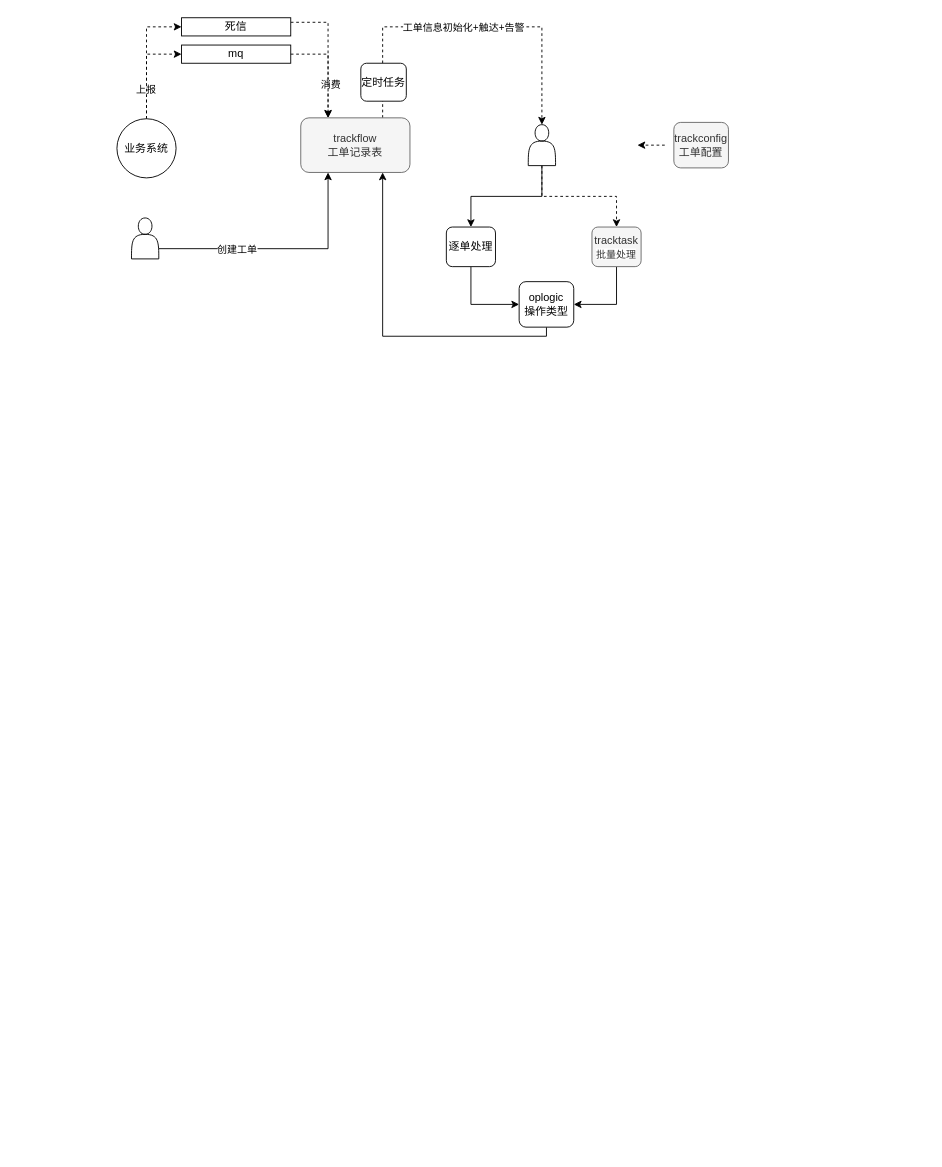
Above: 工单系统.drawio in axtrur/resource (draw.io), before the change. Source tidied: cells renumbered, new cells numbered last; positions are measured from the earlier drawing's top-left corner, leaving out a move shared by most shapes. Both pictures are drawn from the tidied source at 91%, with x=0, y=0 at pixel (116, 17).
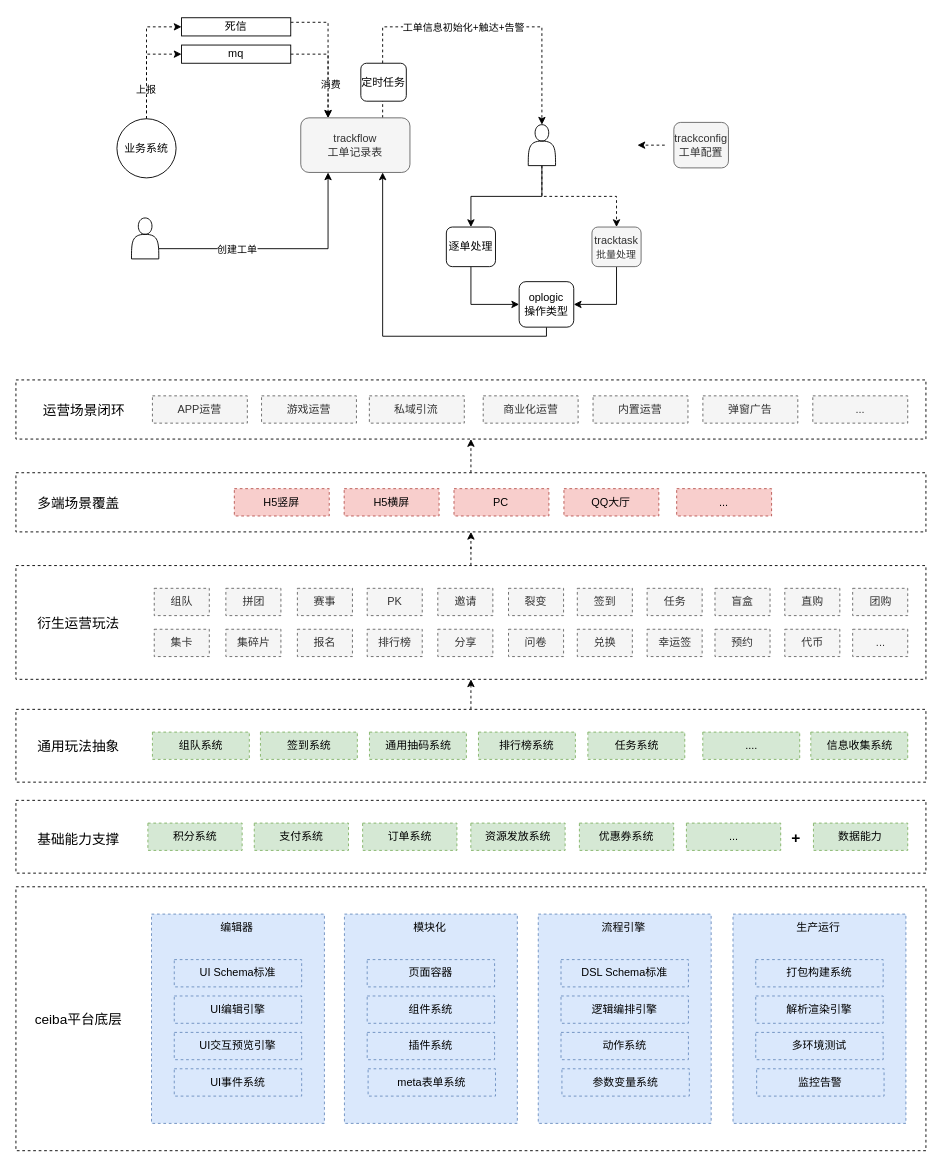
After the change.

Commit message:
更新工单系统.drawio

Diff of the diagram source:
```diff
@@
+    <mxCell id="29" style="edgeStyle=orthogonalEdgeStyle;rounded=0;jettySize=auto;html=1;exitX=0.5;exitY=0;exitDx=0;exitDy=0;entryX=0.5;entryY=1;entryDx=0;entryDy=0;strokeColor=default;fontSize=17;dashed=1;" parent="1" edge="1" source="30" target="64">
+      <mxGeometry relative="1" as="geometry" />
+    </mxCell>
+    <mxCell id="30" style="rounded=0;whiteSpace=wrap;html=1;dashed=1;" parent="1" vertex="1">
+      <mxGeometry x="-111" y="500" width="1000" height="65" as="geometry" />
+    </mxCell>
+    <mxCell id="31" style="edgeStyle=orthogonalEdgeStyle;rounded=0;jettySize=auto;html=1;exitX=0.5;exitY=0;exitDx=0;exitDy=0;strokeColor=default;fontSize=17;dashed=1;" parent="1" edge="1" source="32" target="30">
+      <mxGeometry relative="1" as="geometry" />
+    </mxCell>
+    <mxCell id="32" style="rounded=0;whiteSpace=wrap;html=1;dashed=1;" parent="1" vertex="1">
+      <mxGeometry x="-111" y="602" width="1000" height="125" as="geometry" />
+    </mxCell>
+    <mxCell id="33" style="edgeStyle=orthogonalEdgeStyle;rounded=0;jettySize=auto;html=1;exitX=0.5;exitY=0;exitDx=0;exitDy=0;entryX=0.5;entryY=1;entryDx=0;entryDy=0;strokeColor=default;fontSize=17;dashed=1;" parent="1" edge="1" source="34" target="32">
+      <mxGeometry relative="1" as="geometry" />
+    </mxCell>
+    <mxCell id="34" style="rounded=0;whiteSpace=wrap;html=1;dashed=1;" parent="1" vertex="1">
+      <mxGeometry x="-111" y="760" width="1000" height="80" as="geometry" />
+    </mxCell>
+    <mxCell id="35" style="rounded=0;whiteSpace=wrap;html=1;dashed=1;" parent="1" vertex="1">
+      <mxGeometry x="-111" y="860" width="1000" height="80" as="geometry" />
+    </mxCell>
+    <mxCell id="36" style="rounded=0;whiteSpace=wrap;html=1;dashed=1;" parent="1" vertex="1">
+      <mxGeometry x="-111" y="955" width="1000" height="290" as="geometry" />
+    </mxCell>
@@
+    <mxCell id="37" style="rounded=0;whiteSpace=wrap;html=1;fillColor=#dae8fc;strokeColor=#6c8ebf;dashed=1;" parent="1" vertex="1">
+      <mxGeometry x="38" y="985" width="190" height="230" as="geometry" />
+    </mxCell>
+    <mxCell id="38" value="UI Schema标准" style="rounded=0;whiteSpace=wrap;html=1;fillColor=#dae8fc;strokeColor=#6c8ebf;dashed=1;" parent="1" vertex="1">
+      <mxGeometry x="63" y="1035" width="140" height="30" as="geometry" />
+    </mxCell>
+    <mxCell id="39" value="UI编辑引擎" style="rounded=0;whiteSpace=wrap;html=1;fillColor=#dae8fc;strokeColor=#6c8ebf;dashed=1;" parent="1" vertex="1">
+      <mxGeometry x="63" y="1075" width="140" height="30" as="geometry" />
+    </mxCell>
+    <mxCell id="40" value="UI交互预览引擎" style="rounded=0;whiteSpace=wrap;html=1;fillColor=#dae8fc;strokeColor=#6c8ebf;dashed=1;" parent="1" vertex="1">
+      <mxGeometry x="63" y="1115" width="140" height="30" as="geometry" />
+    </mxCell>
+    <mxCell id="41" value="UI事件系统" style="rounded=0;whiteSpace=wrap;html=1;fillColor=#dae8fc;strokeColor=#6c8ebf;dashed=1;" parent="1" vertex="1">
+      <mxGeometry x="63" y="1155" width="140" height="30" as="geometry" />
+    </mxCell>
+    <mxCell id="42" value="编辑器" style="text;html=1;align=center;verticalAlign=middle;whiteSpace=wrap;rounded=0;dashed=1;" parent="1" vertex="1">
+      <mxGeometry x="102" y="985" width="60" height="30" as="geometry" />
+    </mxCell>
+    <mxCell id="43" style="rounded=0;whiteSpace=wrap;html=1;fillColor=#dae8fc;strokeColor=#6c8ebf;dashed=1;" parent="1" vertex="1">
+      <mxGeometry x="250" y="985" width="190" height="230" as="geometry" />
+    </mxCell>
+    <mxCell id="44" value="页面容器" style="rounded=0;whiteSpace=wrap;html=1;fillColor=#dae8fc;strokeColor=#6c8ebf;dashed=1;" parent="1" vertex="1">
+      <mxGeometry x="275" y="1035" width="140" height="30" as="geometry" />
+    </mxCell>
+    <mxCell id="45" value="组件系统" style="rounded=0;whiteSpace=wrap;html=1;fillColor=#dae8fc;strokeColor=#6c8ebf;dashed=1;" parent="1" vertex="1">
+      <mxGeometry x="275" y="1075" width="140" height="30" as="geometry" />
+    </mxCell>
+    <mxCell id="46" value="插件系统" style="rounded=0;whiteSpace=wrap;html=1;fillColor=#dae8fc;strokeColor=#6c8ebf;dashed=1;" parent="1" vertex="1">
+      <mxGeometry x="275" y="1115" width="140" height="30" as="geometry" />
+    </mxCell>
+    <mxCell id="47" value="meta表单系统" style="rounded=0;whiteSpace=wrap;html=1;fillColor=#dae8fc;strokeColor=#6c8ebf;dashed=1;" parent="1" vertex="1">
+      <mxGeometry x="276" y="1155" width="140" height="30" as="geometry" />
+    </mxCell>
+    <mxCell id="48" value="模块化" style="text;html=1;align=center;verticalAlign=middle;whiteSpace=wrap;rounded=0;dashed=1;" parent="1" vertex="1">
+      <mxGeometry x="314" y="985" width="60" height="30" as="geometry" />
+    </mxCell>
+    <mxCell id="49" style="rounded=0;whiteSpace=wrap;html=1;fillColor=#dae8fc;strokeColor=#6c8ebf;dashed=1;" parent="1" vertex="1">
+      <mxGeometry x="463" y="985" width="190" height="230" as="geometry" />
+    </mxCell>
+    <mxCell id="50" value="DSL Schema标准" style="rounded=0;whiteSpace=wrap;html=1;fillColor=#dae8fc;strokeColor=#6c8ebf;dashed=1;" parent="1" vertex="1">
+      <mxGeometry x="488" y="1035" width="140" height="30" as="geometry" />
+    </mxCell>
+    <mxCell id="51" value="逻辑编排引擎" style="rounded=0;whiteSpace=wrap;html=1;fillColor=#dae8fc;strokeColor=#6c8ebf;dashed=1;" parent="1" vertex="1">
+      <mxGeometry x="488" y="1075" width="140" height="30" as="geometry" />
+    </mxCell>
+    <mxCell id="52" value="动作系统" style="rounded=0;whiteSpace=wrap;html=1;fillColor=#dae8fc;strokeColor=#6c8ebf;dashed=1;" parent="1" vertex="1">
+      <mxGeometry x="488" y="1115" width="140" height="30" as="geometry" />
+    </mxCell>
+    <mxCell id="53" value="参数变量系统" style="rounded=0;whiteSpace=wrap;html=1;fillColor=#dae8fc;strokeColor=#6c8ebf;dashed=1;" parent="1" vertex="1">
+      <mxGeometry x="489" y="1155" width="140" height="30" as="geometry" />
+    </mxCell>
+    <mxCell id="54" value="流程引擎" style="text;html=1;align=center;verticalAlign=middle;whiteSpace=wrap;rounded=0;dashed=1;" parent="1" vertex="1">
+      <mxGeometry x="527" y="985" width="60" height="30" as="geometry" />
+    </mxCell>
+    <mxCell id="55" style="rounded=0;whiteSpace=wrap;html=1;fillColor=#dae8fc;strokeColor=#6c8ebf;dashed=1;" parent="1" vertex="1">
+      <mxGeometry x="677" y="985" width="190" height="230" as="geometry" />
+    </mxCell>
+    <mxCell id="56" value="打包构建系统" style="rounded=0;whiteSpace=wrap;html=1;fillColor=#dae8fc;strokeColor=#6c8ebf;dashed=1;" parent="1" vertex="1">
+      <mxGeometry x="702" y="1035" width="140" height="30" as="geometry" />
+    </mxCell>
+    <mxCell id="57" value="解析渲染引擎" style="rounded=0;whiteSpace=wrap;html=1;fillColor=#dae8fc;strokeColor=#6c8ebf;dashed=1;" parent="1" vertex="1">
+      <mxGeometry x="702" y="1075" width="140" height="30" as="geometry" />
+    </mxCell>
+    <mxCell id="58" value="多环境测试" style="rounded=0;whiteSpace=wrap;html=1;fillColor=#dae8fc;strokeColor=#6c8ebf;dashed=1;" parent="1" vertex="1">
+      <mxGeometry x="702" y="1115" width="140" height="30" as="geometry" />
+    </mxCell>
+    <mxCell id="59" value="监控告警" style="rounded=0;whiteSpace=wrap;html=1;fillColor=#dae8fc;strokeColor=#6c8ebf;dashed=1;" parent="1" vertex="1">
+      <mxGeometry x="703" y="1155" width="140" height="30" as="geometry" />
+    </mxCell>
+    <mxCell id="60" value="生产运行" style="text;html=1;align=center;verticalAlign=middle;whiteSpace=wrap;rounded=0;dashed=1;" parent="1" vertex="1">
+      <mxGeometry x="741" y="985" width="60" height="30" as="geometry" />
+    </mxCell>
+    <mxCell id="61" value="&lt;font style=&quot;font-size: 17px;&quot;&gt;&lt;b&gt;+&lt;/b&gt;&lt;/font&gt;" style="text;html=1;align=center;verticalAlign=middle;whiteSpace=wrap;rounded=0;dashed=1;" parent="1" vertex="1">
+      <mxGeometry x="731" y="887" width="31" height="30" as="geometry" />
+    </mxCell>
+    <mxCell id="62" style="group;dashed=1;" parent="1" vertex="1">
+      <mxGeometry x="39" y="415.5" width="850" height="47.5" as="geometry" />
+    </mxCell>
+    <mxCell id="63" style="group;dashed=1;" parent="62" vertex="1">
+      <mxGeometry width="850" height="47.5" as="geometry" />
+    </mxCell>
+    <mxCell id="64" style="rounded=0;whiteSpace=wrap;html=1;dashed=1;" parent="63" vertex="1">
+      <mxGeometry x="-150" y="-17.5" width="1000" height="65" as="geometry" />
+    </mxCell>
+    <mxCell id="65" value="APP运营" style="rounded=0;whiteSpace=wrap;html=1;fillColor=#f5f5f5;fontColor=#333333;strokeColor=#666666;dashed=1;" parent="63" vertex="1">
+      <mxGeometry width="104.3" height="30" as="geometry" />
+    </mxCell>
+    <mxCell id="66" value="游戏运营" style="rounded=0;whiteSpace=wrap;html=1;fillColor=#f5f5f5;fontColor=#333333;strokeColor=#666666;dashed=1;" parent="63" vertex="1">
+      <mxGeometry x="119.9" width="104.3" height="30" as="geometry" />
+    </mxCell>
+    <mxCell id="67" value="私域引流" style="rounded=0;whiteSpace=wrap;html=1;fillColor=#f5f5f5;fontColor=#333333;strokeColor=#666666;dashed=1;" parent="63" vertex="1">
+      <mxGeometry x="238.4" width="104.3" height="30" as="geometry" />
+    </mxCell>
+    <mxCell id="68" value="商业化运营" style="rounded=0;whiteSpace=wrap;html=1;fillColor=#f5f5f5;fontColor=#333333;strokeColor=#666666;dashed=1;" parent="63" vertex="1">
+      <mxGeometry x="363.5" width="104.3" height="30" as="geometry" />
+    </mxCell>
+    <mxCell id="69" value="内置运营" style="rounded=0;whiteSpace=wrap;html=1;fillColor=#f5f5f5;fontColor=#333333;strokeColor=#666666;dashed=1;" parent="63" vertex="1">
+      <mxGeometry x="484.2" width="104.3" height="30" as="geometry" />
+    </mxCell>
+    <mxCell id="70" value="弹窗广告" style="rounded=0;whiteSpace=wrap;html=1;fillColor=#f5f5f5;fontColor=#333333;strokeColor=#666666;dashed=1;" parent="63" vertex="1">
+      <mxGeometry x="604.9" width="104.3" height="30" as="geometry" />
+    </mxCell>
+    <mxCell id="71" value="..." style="rounded=0;whiteSpace=wrap;html=1;fillColor=#f5f5f5;fontColor=#333333;strokeColor=#666666;dashed=1;" parent="62" vertex="1">
+      <mxGeometry x="725.7" width="104.3" height="30" as="geometry" />
+    </mxCell>
+    <mxCell id="72" value="H5竖屏" style="rounded=0;whiteSpace=wrap;html=1;fillColor=#f8cecc;strokeColor=#b85450;dashed=1;" parent="1" vertex="1">
+      <mxGeometry x="129" y="517.5" width="104.3" height="30" as="geometry" />
+    </mxCell>
+    <mxCell id="73" value="H5横屏" style="rounded=0;whiteSpace=wrap;html=1;fillColor=#f8cecc;strokeColor=#b85450;dashed=1;" parent="1" vertex="1">
+      <mxGeometry x="249.7" y="517.5" width="104.3" height="30" as="geometry" />
+    </mxCell>
+    <mxCell id="74" value="PC" style="rounded=0;whiteSpace=wrap;html=1;fillColor=#f8cecc;strokeColor=#b85450;dashed=1;" parent="1" vertex="1">
+      <mxGeometry x="370.4" y="517.5" width="104.3" height="30" as="geometry" />
+    </mxCell>
+    <mxCell id="75" value="QQ大厅" style="rounded=0;whiteSpace=wrap;html=1;fillColor=#f8cecc;strokeColor=#b85450;dashed=1;" parent="1" vertex="1">
+      <mxGeometry x="491.2" y="517.5" width="104.3" height="30" as="geometry" />
+    </mxCell>
+    <mxCell id="76" value="..." style="rounded=0;whiteSpace=wrap;html=1;fillColor=#f8cecc;strokeColor=#b85450;dashed=1;" parent="1" vertex="1">
+      <mxGeometry x="615.1" y="517.5" width="104.3" height="30" as="geometry" />
+    </mxCell>
+    <mxCell id="77" value="衍生运营玩法" style="text;html=1;strokeColor=none;fillColor=none;align=center;verticalAlign=middle;whiteSpace=wrap;rounded=0;dashed=1;fontSize=15;" parent="1" vertex="1">
+      <mxGeometry x="-97" y="649.5" width="110" height="30" as="geometry" />
+    </mxCell>
+    <mxCell id="78" value="通用玩法抽象" style="text;html=1;strokeColor=none;fillColor=none;align=center;verticalAlign=middle;whiteSpace=wrap;rounded=0;dashed=1;fontSize=15;" parent="1" vertex="1">
+      <mxGeometry x="-97" y="785" width="110" height="30" as="geometry" />
+    </mxCell>
+    <mxCell id="79" value="基础能力支撑" style="text;html=1;strokeColor=none;fillColor=none;align=center;verticalAlign=middle;whiteSpace=wrap;rounded=0;dashed=1;fontSize=15;" parent="1" vertex="1">
+      <mxGeometry x="-97" y="887" width="110" height="30" as="geometry" />
+    </mxCell>
+    <mxCell id="80" value="ceiba平台底层" style="text;html=1;strokeColor=none;fillColor=none;align=center;verticalAlign=middle;whiteSpace=wrap;rounded=0;dashed=1;fontSize=15;" parent="1" vertex="1">
+      <mxGeometry x="-100" y="1085" width="116" height="30" as="geometry" />
+    </mxCell>
+    <mxCell id="81" value="运营场景闭环" style="text;html=1;strokeColor=none;fillColor=none;align=center;verticalAlign=middle;whiteSpace=wrap;rounded=0;dashed=1;fontSize=15;" parent="1" vertex="1">
+      <mxGeometry x="-91" y="415.5" width="110" height="30" as="geometry" />
+    </mxCell>
+    <mxCell id="82" value="多端场景覆盖" style="text;html=1;strokeColor=none;fillColor=none;align=center;verticalAlign=middle;whiteSpace=wrap;rounded=0;dashed=1;fontSize=15;" parent="1" vertex="1">
+      <mxGeometry x="-97" y="517.5" width="110" height="30" as="geometry" />
+    </mxCell>
+    <mxCell id="83" value="通用抽码系统" style="rounded=0;whiteSpace=wrap;html=1;fillColor=#d5e8d4;strokeColor=#82b366;dashed=1;" parent="1" vertex="1">
+      <mxGeometry x="277.5" y="785" width="106.5" height="30" as="geometry" />
+    </mxCell>
+    <mxCell id="84" value="组队系统" style="rounded=0;whiteSpace=wrap;html=1;fillColor=#d5e8d4;strokeColor=#82b366;dashed=1;" parent="1" vertex="1">
+      <mxGeometry x="39" y="785" width="106.5" height="30" as="geometry" />
+    </mxCell>
+    <mxCell id="85" value="签到系统" style="rounded=0;whiteSpace=wrap;html=1;fillColor=#d5e8d4;strokeColor=#82b366;dashed=1;" parent="1" vertex="1">
+      <mxGeometry x="157.7" y="785" width="106.5" height="30" as="geometry" />
+    </mxCell>
+    <mxCell id="86" value="任务系统" style="rounded=0;whiteSpace=wrap;html=1;fillColor=#d5e8d4;strokeColor=#82b366;dashed=1;" parent="1" vertex="1">
+      <mxGeometry x="517.5" y="785" width="106.5" height="30" as="geometry" />
+    </mxCell>
+    <mxCell id="87" value="...." style="rounded=0;whiteSpace=wrap;html=1;fillColor=#d5e8d4;strokeColor=#82b366;dashed=1;" parent="1" vertex="1">
+      <mxGeometry x="643.8" y="785" width="106.5" height="30" as="geometry" />
+    </mxCell>
+    <mxCell id="88" value="排行榜系统" style="rounded=0;whiteSpace=wrap;html=1;fillColor=#d5e8d4;strokeColor=#82b366;dashed=1;" parent="1" vertex="1">
+      <mxGeometry x="397.3" y="785" width="106.5" height="30" as="geometry" />
+    </mxCell>
+    <mxCell id="89" value="信息收集系统" style="rounded=0;whiteSpace=wrap;html=1;fillColor=#d5e8d4;strokeColor=#82b366;dashed=1;" parent="1" vertex="1">
+      <mxGeometry x="762.5" y="785" width="106.5" height="30" as="geometry" />
+    </mxCell>
+    <mxCell id="90" value="资源发放系统" style="rounded=0;whiteSpace=wrap;html=1;fillColor=#d5e8d4;strokeColor=#82b366;dashed=1;" parent="1" vertex="1">
+      <mxGeometry x="388.9" y="885" width="103.6" height="30" as="geometry" />
+    </mxCell>
+    <mxCell id="91" value="支付系统" style="rounded=0;whiteSpace=wrap;html=1;fillColor=#d5e8d4;strokeColor=#82b366;dashed=1;" parent="1" vertex="1">
+      <mxGeometry x="150.9" y="885" width="103.6" height="30" as="geometry" />
+    </mxCell>
+    <mxCell id="92" value="积分系统" style="rounded=0;whiteSpace=wrap;html=1;fillColor=#d5e8d4;strokeColor=#82b366;dashed=1;" parent="1" vertex="1">
+      <mxGeometry x="34" y="885" width="103.6" height="30" as="geometry" />
+    </mxCell>
+    <mxCell id="93" value="优惠券系统" style="rounded=0;whiteSpace=wrap;html=1;fillColor=#d5e8d4;strokeColor=#82b366;dashed=1;" parent="1" vertex="1">
+      <mxGeometry x="508.2" y="885" width="103.6" height="30" as="geometry" />
+    </mxCell>
+    <mxCell id="94" value="..." style="rounded=0;whiteSpace=wrap;html=1;fillColor=#d5e8d4;strokeColor=#82b366;dashed=1;" parent="1" vertex="1">
+      <mxGeometry x="625.8" y="885" width="103.6" height="30" as="geometry" />
+    </mxCell>
+    <mxCell id="95" value="数据能力" style="rounded=0;whiteSpace=wrap;html=1;fillColor=#d5e8d4;strokeColor=#82b366;dashed=1;" parent="1" vertex="1">
+      <mxGeometry x="765.4" y="885" width="103.6" height="30" as="geometry" />
+    </mxCell>
+    <mxCell id="96" value="订单系统" style="rounded=0;whiteSpace=wrap;html=1;fillColor=#d5e8d4;strokeColor=#82b366;dashed=1;" parent="1" vertex="1">
+      <mxGeometry x="270" y="885" width="103.6" height="30" as="geometry" />
+    </mxCell>
+    <mxCell id="97" value="组队" style="rounded=0;whiteSpace=wrap;html=1;fillColor=#f5f5f5;fontColor=#333333;strokeColor=#666666;dashed=1;" parent="1" vertex="1">
+      <mxGeometry x="41" y="627" width="60.5" height="30" as="geometry" />
+    </mxCell>
+    <mxCell id="98" value="拼团" style="rounded=0;whiteSpace=wrap;html=1;fillColor=#f5f5f5;fontColor=#333333;strokeColor=#666666;dashed=1;" parent="1" vertex="1">
+      <mxGeometry x="119.7" y="627" width="60.5" height="30" as="geometry" />
+    </mxCell>
+    <mxCell id="99" value="赛事" style="rounded=0;whiteSpace=wrap;html=1;fillColor=#f5f5f5;fontColor=#333333;strokeColor=#666666;dashed=1;" parent="1" vertex="1">
+      <mxGeometry x="198.3" y="627" width="60.5" height="30" as="geometry" />
+    </mxCell>
+    <mxCell id="100" value="邀请" style="rounded=0;whiteSpace=wrap;html=1;fillColor=#f5f5f5;fontColor=#333333;strokeColor=#666666;dashed=1;" parent="1" vertex="1">
+      <mxGeometry x="352.6" y="627" width="60.5" height="30" as="geometry" />
+    </mxCell>
+    <mxCell id="101" value="裂变" style="rounded=0;whiteSpace=wrap;html=1;fillColor=#f5f5f5;fontColor=#333333;strokeColor=#666666;dashed=1;" parent="1" vertex="1">
+      <mxGeometry x="430.3" y="627" width="60.5" height="30" as="geometry" />
+    </mxCell>
+    <mxCell id="102" value="签到" style="rounded=0;whiteSpace=wrap;html=1;fillColor=#f5f5f5;fontColor=#333333;strokeColor=#666666;dashed=1;" parent="1" vertex="1">
+      <mxGeometry x="505.9" y="627" width="60.5" height="30" as="geometry" />
+    </mxCell>
+    <mxCell id="103" value="任务" style="rounded=0;whiteSpace=wrap;html=1;fillColor=#f5f5f5;fontColor=#333333;strokeColor=#666666;dashed=1;" parent="1" vertex="1">
+      <mxGeometry x="582.6" y="627" width="60.5" height="30" as="geometry" />
+    </mxCell>
+    <mxCell id="104" value="报名" style="rounded=0;whiteSpace=wrap;html=1;fillColor=#f5f5f5;fontColor=#333333;strokeColor=#666666;dashed=1;" parent="1" vertex="1">
+      <mxGeometry x="198.3" y="672" width="60.5" height="30" as="geometry" />
+    </mxCell>
+    <mxCell id="105" value="幸运签" style="rounded=0;whiteSpace=wrap;html=1;fillColor=#f5f5f5;fontColor=#333333;strokeColor=#666666;dashed=1;" parent="1" vertex="1">
+      <mxGeometry x="582.6" y="672" width="60.5" height="30" as="geometry" />
+    </mxCell>
+    <mxCell id="106" value="直购" style="rounded=0;whiteSpace=wrap;html=1;fillColor=#f5f5f5;fontColor=#333333;strokeColor=#666666;dashed=1;" parent="1" vertex="1">
+      <mxGeometry x="733.9" y="627" width="60.5" height="30" as="geometry" />
+    </mxCell>
+    <mxCell id="107" value="团购" style="rounded=0;whiteSpace=wrap;html=1;fillColor=#f5f5f5;fontColor=#333333;strokeColor=#666666;dashed=1;" parent="1" vertex="1">
+      <mxGeometry x="808.5" y="627" width="60.5" height="30" as="geometry" />
+    </mxCell>
+    <mxCell id="108" value="PK" style="rounded=0;whiteSpace=wrap;html=1;fillColor=#f5f5f5;fontColor=#333333;strokeColor=#666666;dashed=1;" parent="1" vertex="1">
+      <mxGeometry x="275" y="627" width="60.5" height="30" as="geometry" />
+    </mxCell>
+    <mxCell id="109" value="分享" style="rounded=0;whiteSpace=wrap;html=1;fillColor=#f5f5f5;fontColor=#333333;strokeColor=#666666;dashed=1;" parent="1" vertex="1">
+      <mxGeometry x="352.6" y="672" width="60.5" height="30" as="geometry" />
+    </mxCell>
+    <mxCell id="110" value="问卷" style="rounded=0;whiteSpace=wrap;html=1;fillColor=#f5f5f5;fontColor=#333333;strokeColor=#666666;dashed=1;" parent="1" vertex="1">
+      <mxGeometry x="430.3" y="672" width="60.5" height="30" as="geometry" />
+    </mxCell>
+    <mxCell id="111" value="兑换" style="rounded=0;whiteSpace=wrap;html=1;fillColor=#f5f5f5;fontColor=#333333;strokeColor=#666666;dashed=1;" parent="1" vertex="1">
+      <mxGeometry x="505.9" y="672" width="60.5" height="30" as="geometry" />
+    </mxCell>
+    <mxCell id="112" value="集卡" style="rounded=0;whiteSpace=wrap;html=1;fillColor=#f5f5f5;fontColor=#333333;strokeColor=#666666;dashed=1;" parent="1" vertex="1">
+      <mxGeometry x="41" y="672" width="60.5" height="30" as="geometry" />
+    </mxCell>
+    <mxCell id="113" value="集碎片" style="rounded=0;whiteSpace=wrap;html=1;fillColor=#f5f5f5;fontColor=#333333;strokeColor=#666666;dashed=1;" parent="1" vertex="1">
+      <mxGeometry x="119.7" y="672" width="60.5" height="30" as="geometry" />
+    </mxCell>
+    <mxCell id="114" value="代币" style="rounded=0;whiteSpace=wrap;html=1;fillColor=#f5f5f5;fontColor=#333333;strokeColor=#666666;dashed=1;" parent="1" vertex="1">
+      <mxGeometry x="733.9" y="672" width="60.5" height="30" as="geometry" />
+    </mxCell>
+    <mxCell id="115" value="..." style="rounded=0;whiteSpace=wrap;html=1;fillColor=#f5f5f5;fontColor=#333333;strokeColor=#666666;dashed=1;" parent="1" vertex="1">
+      <mxGeometry x="808.5" y="672" width="60.5" height="30" as="geometry" />
+    </mxCell>
+    <mxCell id="116" value="排行榜" style="rounded=0;whiteSpace=wrap;html=1;fillColor=#f5f5f5;fontColor=#333333;strokeColor=#666666;dashed=1;" parent="1" vertex="1">
+      <mxGeometry x="275" y="672" width="60.5" height="30" as="geometry" />
+    </mxCell>
+    <mxCell id="117" value="盲盒" style="rounded=0;whiteSpace=wrap;html=1;fillColor=#f5f5f5;fontColor=#333333;strokeColor=#666666;dashed=1;" parent="1" vertex="1">
+      <mxGeometry x="657.2" y="627" width="60.5" height="30" as="geometry" />
+    </mxCell>
+    <mxCell id="118" value="预约" style="rounded=0;whiteSpace=wrap;html=1;fillColor=#f5f5f5;fontColor=#333333;strokeColor=#666666;dashed=1;" parent="1" vertex="1">
+      <mxGeometry x="657.2" y="672" width="60.5" height="30" as="geometry" />
+    </mxCell>
```
